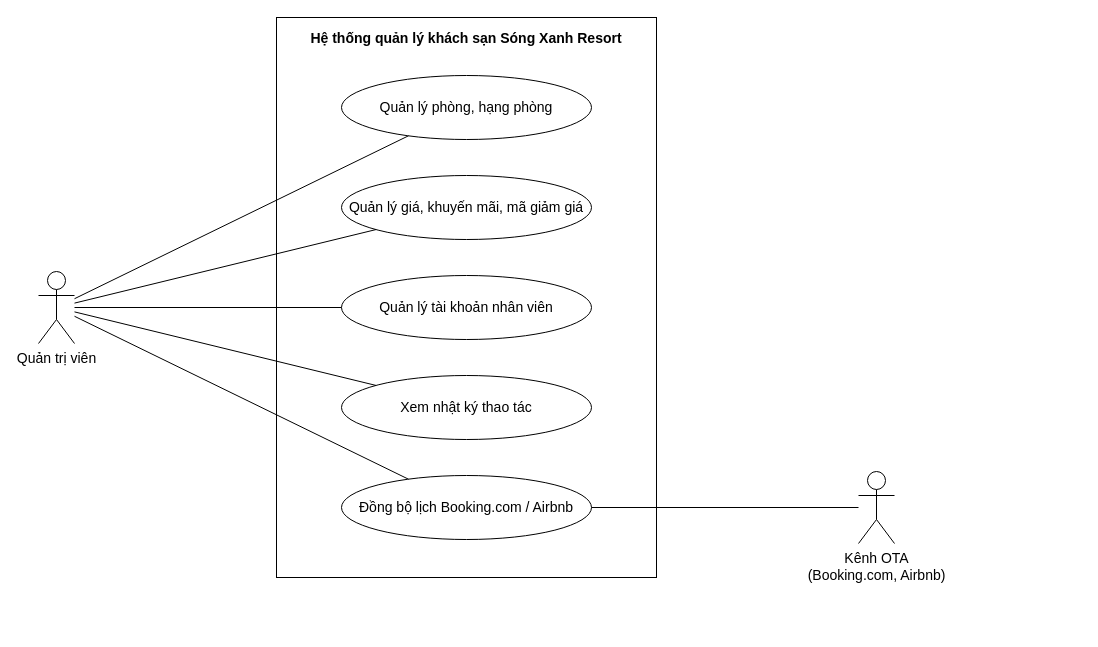
This is docs/use-case/ucn6-quan-tri-he-thong.drawio from ngynquchn2511/beach-hotel, a draw.io file, before an edit. Source tidied: cells renumbered, new cells numbered last; positions are measured from the earlier drawing's top-left corner, leaving out a move shared by most shapes. Both pictures are drawn from the tidied source at 100%, with x=0, y=0 at pixel (38, 17).
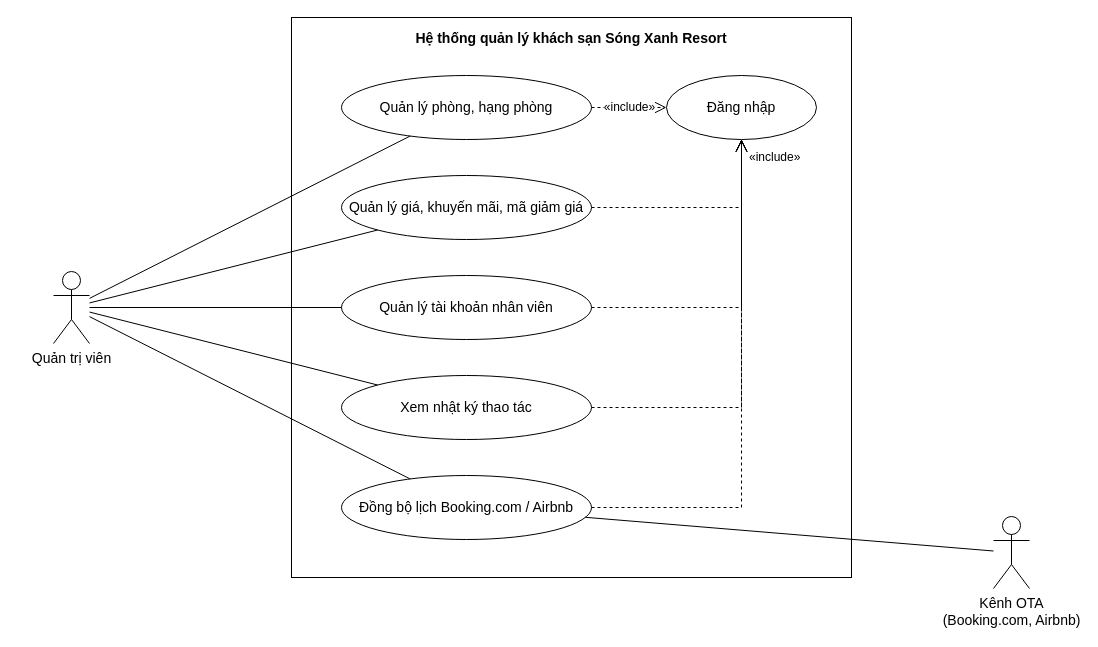
The same page after the edit.

Unchanged cells that the change refers to:
```xml
<mxCell id="3" value="Quản lý phòng, hạng phòng" style="fontFamily=Arial;fontColor=#000000;ellipse;whiteSpace=wrap;html=1;fillColor=#FFFFFF;strokeColor=#000000;fontSize=14;" parent="1" vertex="1">
  <mxGeometry x="303" y="58" width="250" height="64" as="geometry" />
</mxCell>
<mxCell id="4" value="Quản lý giá, khuyến mãi, mã giảm giá" style="fontFamily=Arial;fontColor=#000000;ellipse;whiteSpace=wrap;html=1;fillColor=#FFFFFF;strokeColor=#000000;fontSize=14;" parent="1" vertex="1">
  <mxGeometry x="303" y="158" width="250" height="64" as="geometry" />
</mxCell>
<mxCell id="5" value="Quản lý tài khoản nhân viên" style="fontFamily=Arial;fontColor=#000000;ellipse;whiteSpace=wrap;html=1;fillColor=#FFFFFF;strokeColor=#000000;fontSize=14;" parent="1" vertex="1">
  <mxGeometry x="303" y="258" width="250" height="64" as="geometry" />
</mxCell>
<mxCell id="6" value="Xem nhật ký thao tác" style="fontFamily=Arial;fontColor=#000000;ellipse;whiteSpace=wrap;html=1;fillColor=#FFFFFF;strokeColor=#000000;fontSize=14;" parent="1" vertex="1">
  <mxGeometry x="303" y="358" width="250" height="64" as="geometry" />
</mxCell>
<mxCell id="7" value="Đồng bộ lịch Booking.com / Airbnb" style="fontFamily=Arial;fontColor=#000000;ellipse;whiteSpace=wrap;html=1;fillColor=#FFFFFF;strokeColor=#000000;fontSize=14;" parent="1" vertex="1">
  <mxGeometry x="303" y="458" width="250" height="64" as="geometry" />
</mxCell>
```

Change to the diagram source:
```diff
@@
     <mxCell id="2" value="Hệ thống quản lý khách sạn Sóng Xanh Resort" style="fontFamily=Arial;fontColor=#000000;rounded=0;whiteSpace=wrap;html=1;verticalAlign=top;fontStyle=1;fontSize=14;fillColor=none;strokeColor=#000000;spacingTop=6;" parent="1" vertex="1">
-      <mxGeometry x="238" width="380" height="560" as="geometry" />
+      <mxGeometry x="253" width="560" height="560" as="geometry" />
     </mxCell>
@@
-    <mxCell id="8" value="Quản trị viên" style="fontFamily=Arial;fontColor=#000000;shape=umlActor;verticalLabelPosition=bottom;verticalAlign=top;html=1;outlineConnect=0;fillColor=#FFFFFF;strokeColor=#000000;fontSize=14;" parent="1" vertex="1">
-      <mxGeometry y="254" width="36" height="72" as="geometry" />
+    <mxCell id="8" value="Đăng nhập" style="fontFamily=Arial;fontColor=#000000;ellipse;whiteSpace=wrap;html=1;fillColor=#FFFFFF;strokeColor=#000000;fontSize=14;" parent="1" vertex="1">
+      <mxGeometry x="628" y="58" width="150" height="64" as="geometry" />
     </mxCell>
-    <mxCell id="9" value="Kênh OTA&lt;br&gt;(Booking.com, Airbnb)" style="fontFamily=Arial;fontColor=#000000;shape=umlActor;verticalLabelPosition=bottom;verticalAlign=top;html=1;outlineConnect=0;fillColor=#FFFFFF;strokeColor=#000000;fontSize=14;" parent="1" vertex="1">
-      <mxGeometry x="820" y="454" width="36" height="72" as="geometry" />
-    </mxCell>
+    <mxCell id="16" value="«include»" style="fontFamily=Arial;fontColor=#000000;endArrow=open;endSize=10;dashed=1;html=1;strokeColor=#000000;rounded=0;fontSize=12;labelBackgroundColor=#FFFFFF;exitX=1;exitY=0.5;exitDx=0;exitDy=0;exitPerimeter=0;entryX=0;entryY=0.5;entryDx=0;entryDy=0;entryPerimeter=0;" parent="1" edge="1" source="3" target="8">
+      <mxGeometry relative="1" as="geometry" />
+    </mxCell>
-    <mxCell id="10" style="fontFamily=Arial;fontColor=#000000;endArrow=none;html=1;strokeColor=#000000;rounded=0;" parent="1" edge="1" source="8" target="3">
-      <mxGeometry relative="1" as="geometry" />
+    <mxCell id="10" style="fontFamily=Arial;fontColor=#000000;endArrow=open;endSize=10;dashed=1;html=1;strokeColor=#000000;rounded=0;fontSize=12;labelBackgroundColor=#FFFFFF;exitX=1;exitY=0.5;exitDx=0;exitDy=0;exitPerimeter=0;entryX=0.5;entryY=1;entryDx=0;entryDy=0;entryPerimeter=0;" parent="1" edge="1" source="4" target="8">
+      <mxGeometry relative="1" as="geometry">
+        <Array as="points">
+          <mxPoint x="703" y="190" />
+        </Array>
+      </mxGeometry>
     </mxCell>
-    <mxCell id="11" style="fontFamily=Arial;fontColor=#000000;endArrow=none;html=1;strokeColor=#000000;rounded=0;" parent="1" edge="1" source="8" target="4">
-      <mxGeometry relative="1" as="geometry" />
+    <mxCell id="11" style="fontFamily=Arial;fontColor=#000000;endArrow=open;endSize=10;dashed=1;html=1;strokeColor=#000000;rounded=0;fontSize=12;labelBackgroundColor=#FFFFFF;exitX=1;exitY=0.5;exitDx=0;exitDy=0;exitPerimeter=0;entryX=0.5;entryY=1;entryDx=0;entryDy=0;entryPerimeter=0;" parent="1" edge="1" source="5" target="8">
+      <mxGeometry relative="1" as="geometry">
+        <Array as="points">
+          <mxPoint x="703" y="290" />
+        </Array>
+      </mxGeometry>
     </mxCell>
-    <mxCell id="12" style="fontFamily=Arial;fontColor=#000000;endArrow=none;html=1;strokeColor=#000000;rounded=0;" parent="1" edge="1" source="8" target="5">
-      <mxGeometry relative="1" as="geometry" />
+    <mxCell id="12" style="fontFamily=Arial;fontColor=#000000;endArrow=open;endSize=10;dashed=1;html=1;strokeColor=#000000;rounded=0;fontSize=12;labelBackgroundColor=#FFFFFF;exitX=1;exitY=0.5;exitDx=0;exitDy=0;exitPerimeter=0;entryX=0.5;entryY=1;entryDx=0;entryDy=0;entryPerimeter=0;" parent="1" edge="1" source="6" target="8">
+      <mxGeometry relative="1" as="geometry">
+        <Array as="points">
+          <mxPoint x="703" y="390" />
+        </Array>
+      </mxGeometry>
     </mxCell>
-    <mxCell id="13" style="fontFamily=Arial;fontColor=#000000;endArrow=none;html=1;strokeColor=#000000;rounded=0;" parent="1" edge="1" source="8" target="6">
-      <mxGeometry relative="1" as="geometry" />
+    <mxCell id="13" style="fontFamily=Arial;fontColor=#000000;endArrow=open;endSize=10;dashed=1;html=1;strokeColor=#000000;rounded=0;fontSize=12;labelBackgroundColor=#FFFFFF;exitX=1;exitY=0.5;exitDx=0;exitDy=0;exitPerimeter=0;entryX=0.5;entryY=1;entryDx=0;entryDy=0;entryPerimeter=0;" parent="1" edge="1" source="7" target="8">
+      <mxGeometry relative="1" as="geometry">
+        <Array as="points">
+          <mxPoint x="703" y="490" />
+        </Array>
+      </mxGeometry>
     </mxCell>
-    <mxCell id="14" style="fontFamily=Arial;fontColor=#000000;endArrow=none;html=1;strokeColor=#000000;rounded=0;" parent="1" edge="1" source="8" target="7">
-      <mxGeometry relative="1" as="geometry" />
-    </mxCell>
+    <mxCell id="17" value="«include»" style="fontFamily=Arial;fontColor=#000000;text;html=1;align=left;verticalAlign=middle;fontSize=12;strokeColor=none;fillColor=none;" parent="1" vertex="1">
+      <mxGeometry x="709" y="130" width="80" height="20" as="geometry" />
+    </mxCell>
+    <mxCell id="18" value="Quản trị viên" style="fontFamily=Arial;fontColor=#000000;shape=umlActor;verticalLabelPosition=bottom;verticalAlign=top;html=1;outlineConnect=0;fillColor=#FFFFFF;strokeColor=#000000;fontSize=14;" parent="1" vertex="1">
+      <mxGeometry x="15" y="254" width="36" height="72" as="geometry" />
+    </mxCell>
+    <mxCell id="9" value="Kênh OTA&lt;br&gt;(Booking.com, Airbnb)" style="fontFamily=Arial;fontColor=#000000;shape=umlActor;verticalLabelPosition=bottom;verticalAlign=top;html=1;outlineConnect=0;fillColor=#FFFFFF;strokeColor=#000000;fontSize=14;" parent="1" vertex="1">
+      <mxGeometry x="955" y="499" width="36" height="72" as="geometry" />
+    </mxCell>
+    <mxCell id="19" style="fontFamily=Arial;fontColor=#000000;endArrow=none;html=1;strokeColor=#000000;rounded=0;" parent="1" edge="1" source="18" target="3">
+      <mxGeometry relative="1" as="geometry" />
+    </mxCell>
+    <mxCell id="20" style="fontFamily=Arial;fontColor=#000000;endArrow=none;html=1;strokeColor=#000000;rounded=0;" parent="1" edge="1" source="18" target="4">
+      <mxGeometry relative="1" as="geometry" />
+    </mxCell>
+    <mxCell id="21" style="fontFamily=Arial;fontColor=#000000;endArrow=none;html=1;strokeColor=#000000;rounded=0;" parent="1" edge="1" source="18" target="5">
+      <mxGeometry relative="1" as="geometry" />
+    </mxCell>
+    <mxCell id="22" style="fontFamily=Arial;fontColor=#000000;endArrow=none;html=1;strokeColor=#000000;rounded=0;" parent="1" edge="1" source="18" target="6">
+      <mxGeometry relative="1" as="geometry" />
+    </mxCell>
+    <mxCell id="23" style="fontFamily=Arial;fontColor=#000000;endArrow=none;html=1;strokeColor=#000000;rounded=0;" parent="1" edge="1" source="18" target="7">
+      <mxGeometry relative="1" as="geometry" />
+    </mxCell>
```
